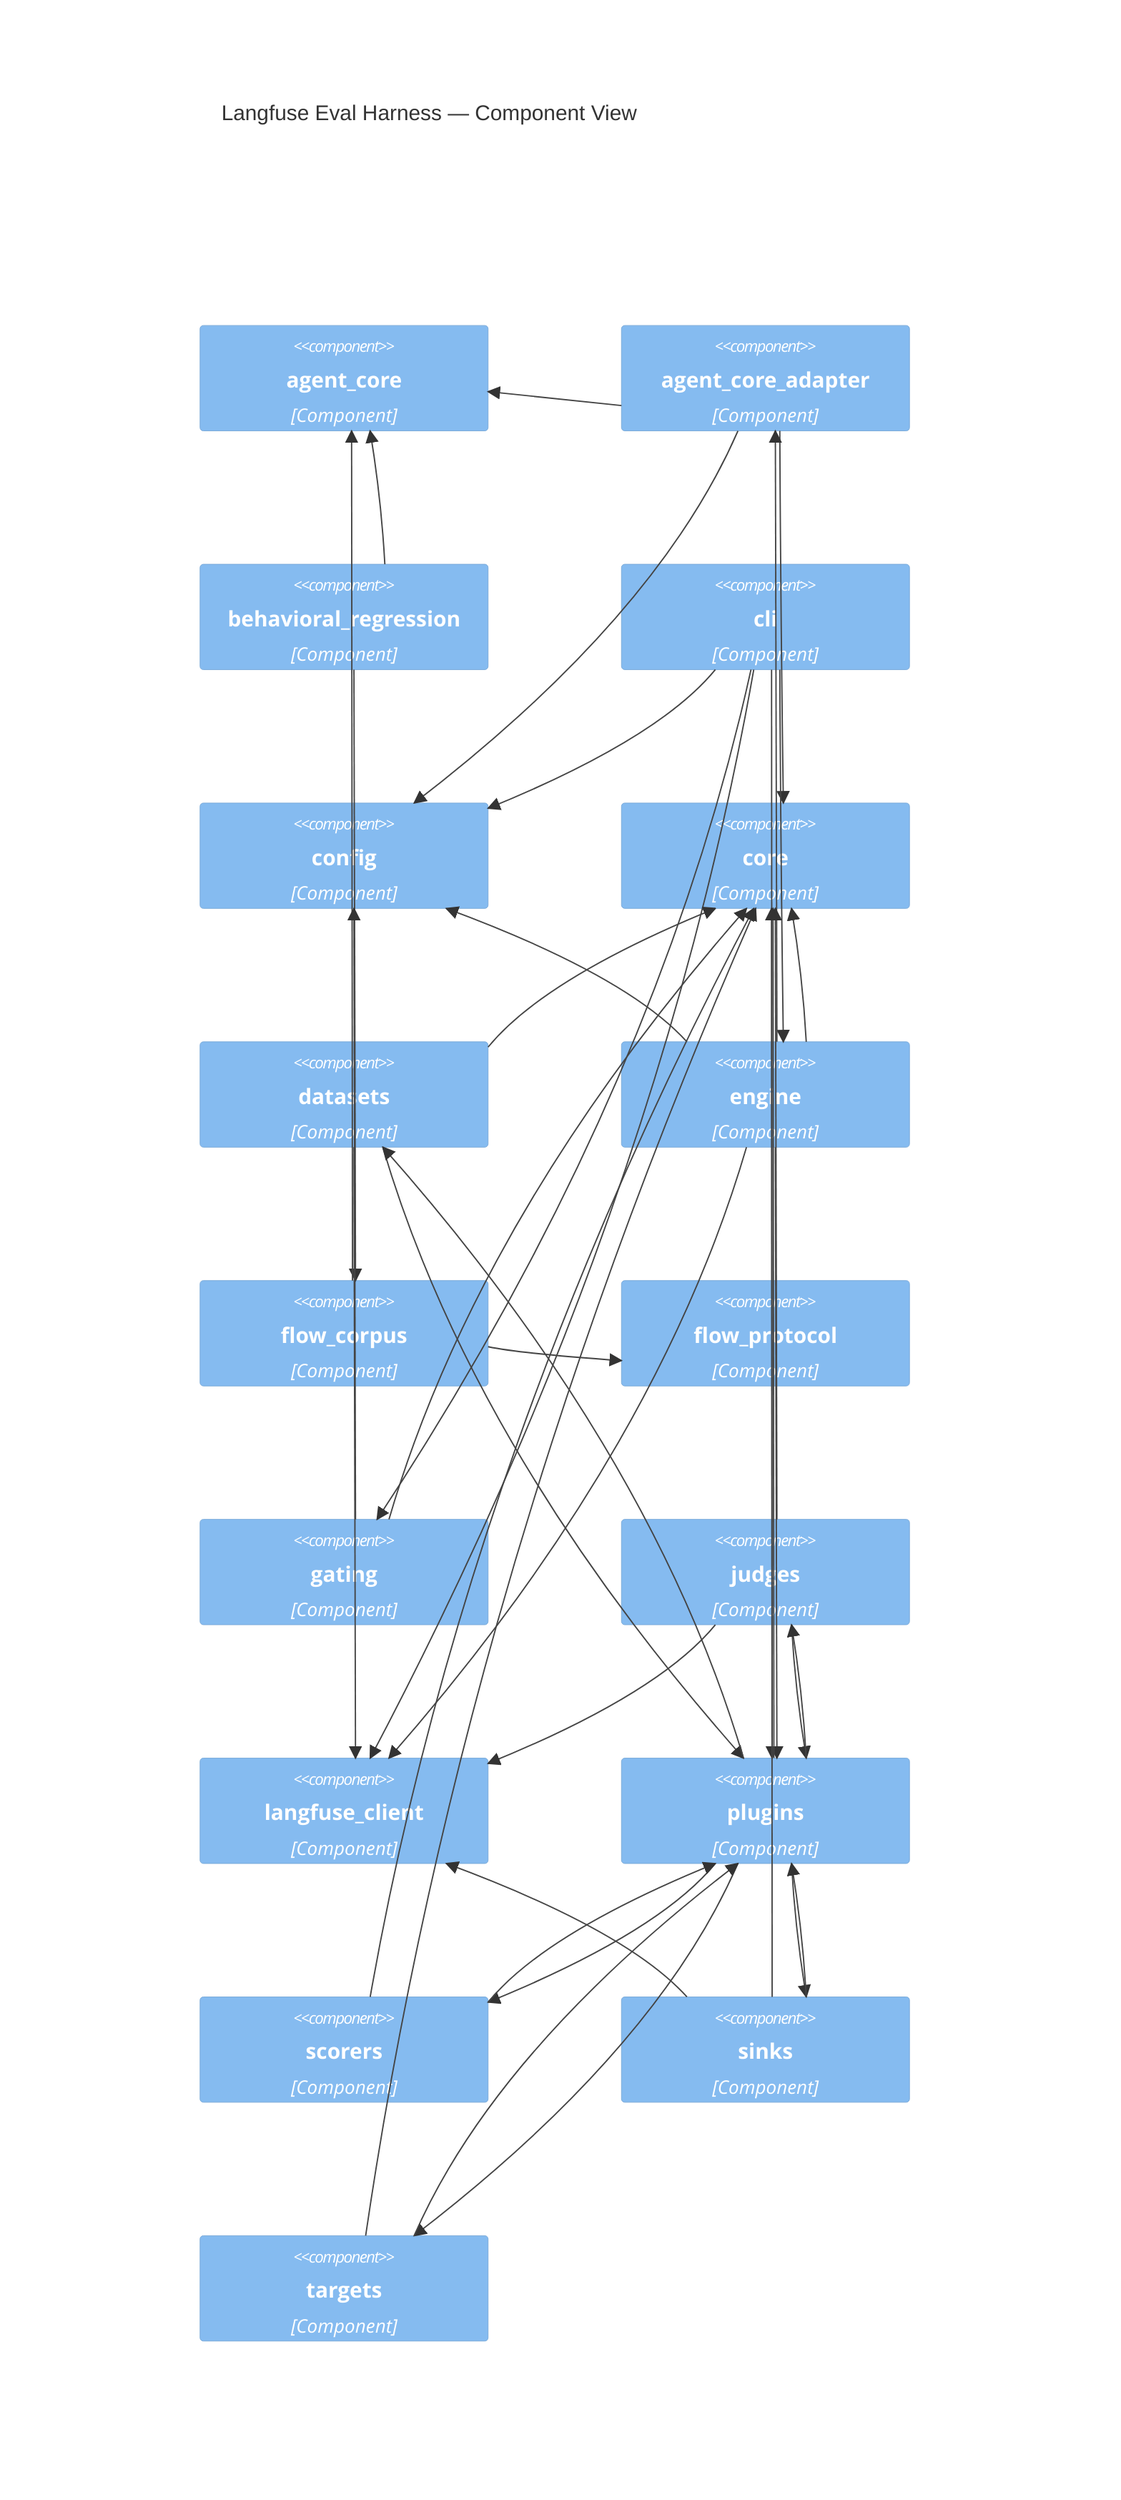
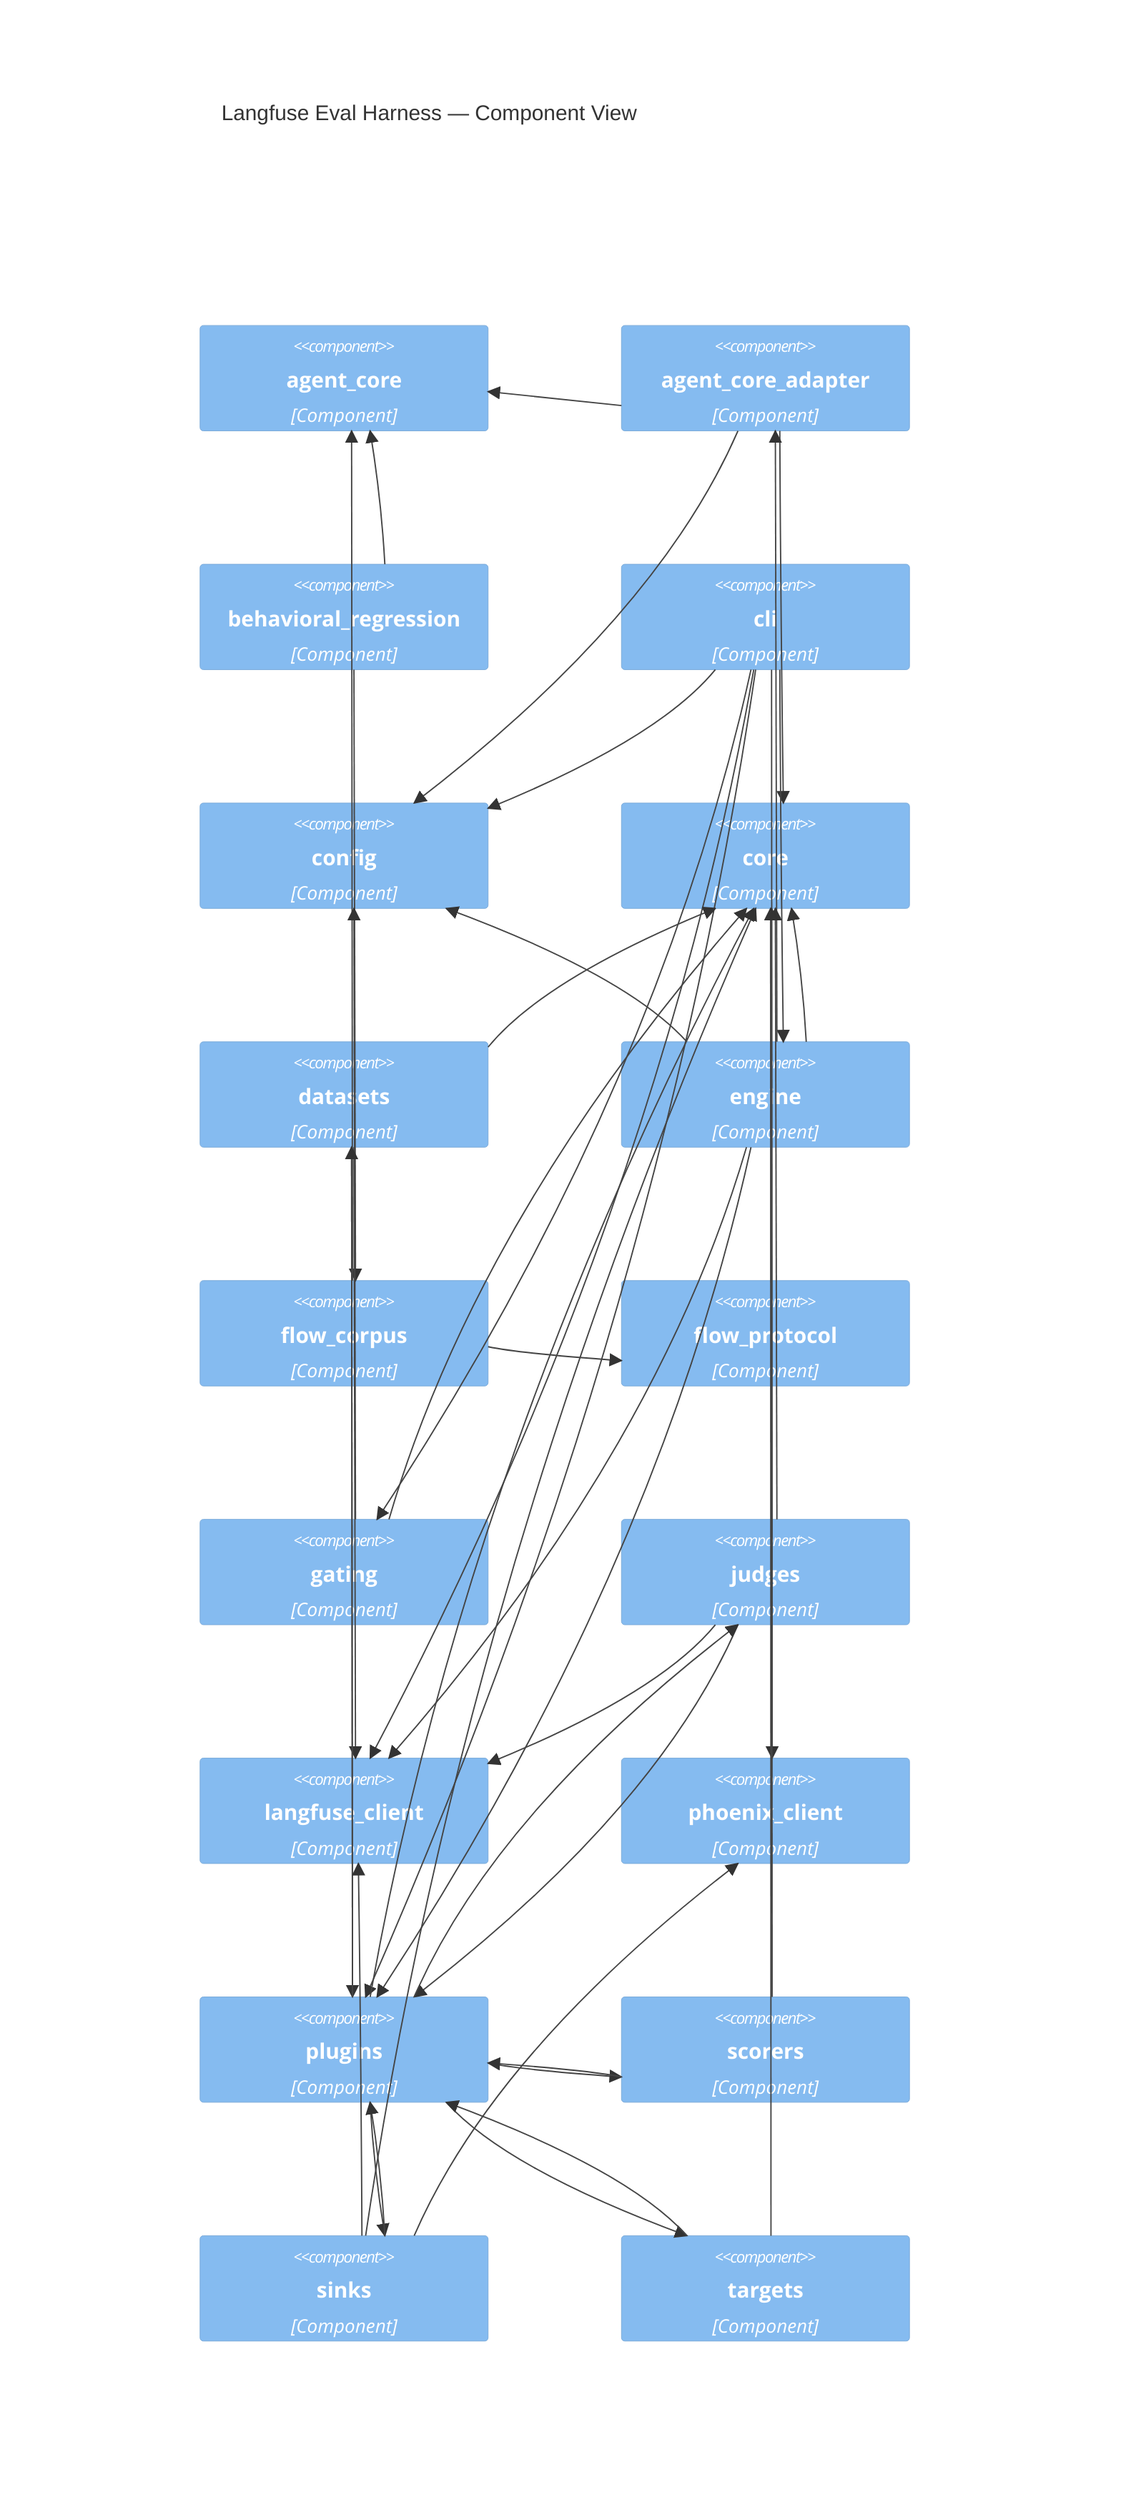
C4Component
    title Langfuse Eval Harness — Component View

    Component(agent_core, "agent_core", "Component")
    Component(agent_core_adapter, "agent_core_adapter", "Component")
    Component(behavioral_regression, "behavioral_regression", "Component")
    Component(cli, "cli", "Component")
    Component(config, "config", "Component")
    Component(core, "core", "Component")
    Component(datasets, "datasets", "Component")
    Component(engine, "engine", "Component")
    Component(flow_corpus, "flow_corpus", "Component")
    Component(flow_protocol, "flow_protocol", "Component")
    Component(gating, "gating", "Component")
    Component(judges, "judges", "Component")
    Component(langfuse_client, "langfuse_client", "Component")
+     Component(phoenix_client, "phoenix_client", "Component")
    Component(plugins, "plugins", "Component")
    Component(scorers, "scorers", "Component")
    Component(sinks, "sinks", "Component")
    Component(targets, "targets", "Component")

    Rel(agent_core_adapter, agent_core, "")
    Rel(agent_core_adapter, config, "")
    Rel(agent_core_adapter, core, "")
    Rel(behavioral_regression, agent_core, "")
    Rel(behavioral_regression, flow_corpus, "")
    Rel(cli, config, "")
    Rel(cli, engine, "")
    Rel(cli, gating, "")
    Rel(cli, langfuse_client, "")
+     Rel(cli, phoenix_client, "")
    Rel(cli, plugins, "")
    Rel(datasets, core, "")
    Rel(datasets, langfuse_client, "")
    Rel(datasets, plugins, "")
    Rel(engine, agent_core_adapter, "")
    Rel(engine, config, "")
    Rel(engine, core, "")
    Rel(engine, langfuse_client, "")
    Rel(engine, plugins, "")
    Rel(flow_corpus, agent_core, "")
    Rel(flow_corpus, flow_protocol, "")
    Rel(gating, config, "")
    Rel(gating, core, "")
    Rel(judges, core, "")
    Rel(judges, langfuse_client, "")
    Rel(judges, plugins, "")
    Rel(plugins, core, "")
    Rel(plugins, datasets, "")
    Rel(plugins, judges, "")
    Rel(plugins, scorers, "")
    Rel(plugins, sinks, "")
    Rel(plugins, targets, "")
    Rel(scorers, core, "")
    Rel(scorers, plugins, "")
    Rel(sinks, core, "")
    Rel(sinks, langfuse_client, "")
+     Rel(sinks, phoenix_client, "")
    Rel(sinks, plugins, "")
    Rel(targets, core, "")
    Rel(targets, plugins, "")
